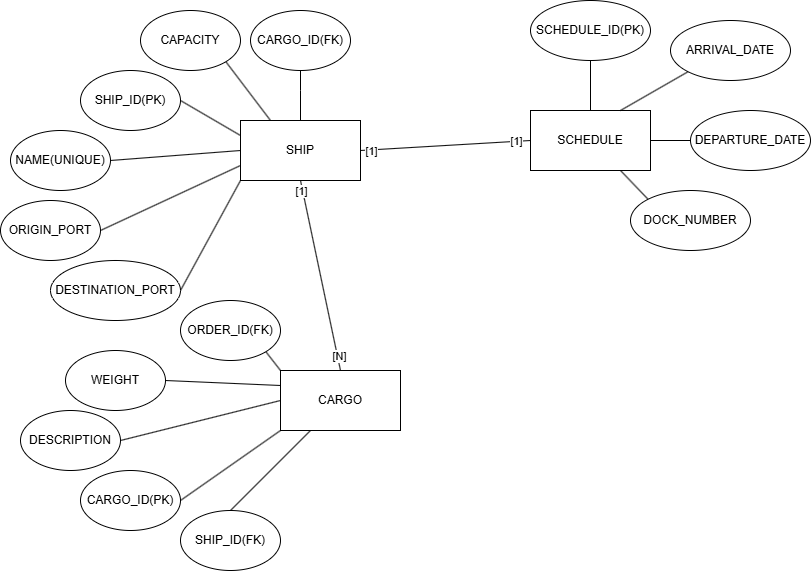
DarthRomolus/CarGarage keeps this draw.io diagram as PortManagment.drawio.png. Above is the earlier version. Source tidied: cells renumbered, new cells last; positions are measured from the earlier drawing's top-left corner, leaving out a move shared by most shapes.
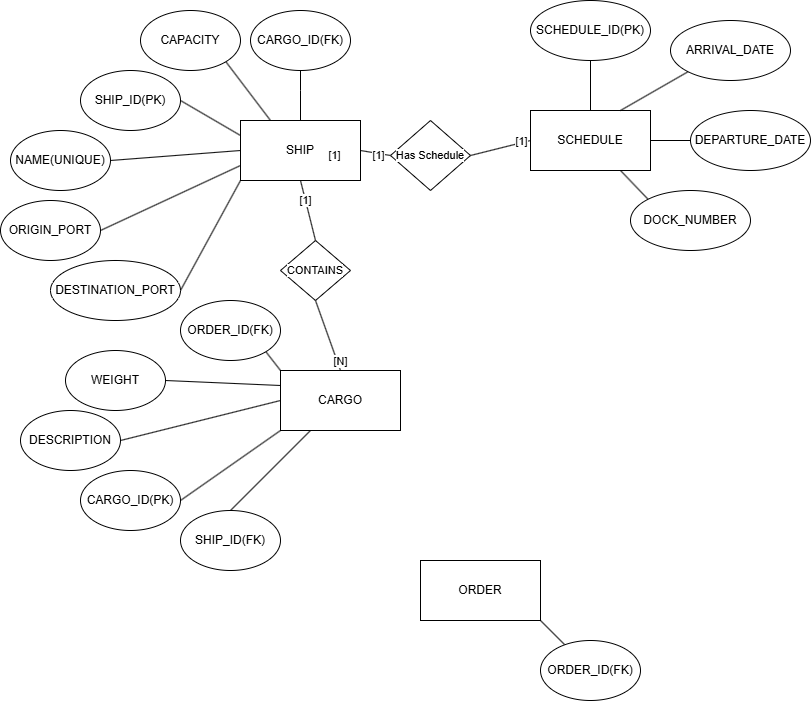
The same diagram one commit later.

Diff of the diagram source:
```diff
@@ -24,16 +24,13 @@
         </Array>
       </mxGeometry>
     </mxCell>
-    <mxCell id="8" style="rounded=0;jettySize=auto;html=1;exitX=0.5;exitY=1;exitDx=0;exitDy=0;entryX=0.5;entryY=0;entryDx=0;entryDy=0;endArrow=none;startFill=0;" parent="1" edge="1" source="11" target="22">
+    <mxCell id="8" style="rounded=0;jettySize=auto;html=1;entryX=0.5;entryY=0;entryDx=0;entryDy=0;endArrow=none;startFill=0;exitX=0.5;exitY=1;exitDx=0;exitDy=0;" parent="1" edge="1" source="47" target="22">
       <mxGeometry relative="1" as="geometry" />
     </mxCell>
-    <mxCell id="9" value="[1]" style="edgeLabel;html=1;align=center;verticalAlign=middle;fontFamily=Helvetica;fontSize=11;fontColor=default;labelBackgroundColor=default;" parent="8" vertex="1">
-      <mxGeometry x="-0.35" y="-2" relative="1" as="geometry">
-        <mxPoint x="-11" y="-52" as="offset" />
-      </mxGeometry>
-    </mxCell>
     <mxCell id="10" value="[N]" style="edgeLabel;html=1;align=center;verticalAlign=middle;fontFamily=Helvetica;fontSize=11;fontColor=default;labelBackgroundColor=default;" parent="8" vertex="1">
-      <mxGeometry x="0.85" y="1" relative="1" as="geometry" />
+      <mxGeometry x="0.85" y="1" relative="1" as="geometry">
+        <mxPoint y="-4" as="offset" />
+      </mxGeometry>
     </mxCell>
     <mxCell id="11" value="SHIP" style="rounded=0;whiteSpace=wrap;html=1;" parent="1" vertex="1">
       <mxGeometry x="240" y="120" width="120" height="60" as="geometry" />
@@ -92,7 +89,7 @@
     <mxCell id="29" style="edgeStyle=none;shape=connector;rounded=0;jettySize=auto;html=1;exitX=0.5;exitY=0;exitDx=0;exitDy=0;entryX=0.5;entryY=1;entryDx=0;entryDy=0;strokeColor=default;align=center;verticalAlign=middle;fontFamily=Helvetica;fontSize=11;fontColor=default;labelBackgroundColor=default;startFill=0;endArrow=none;" parent="1" edge="1" source="33" target="34">
       <mxGeometry relative="1" as="geometry" />
     </mxCell>
-    <mxCell id="30" style="edgeStyle=none;shape=connector;rounded=0;jettySize=auto;html=1;exitX=0;exitY=0.5;exitDx=0;exitDy=0;entryX=1;entryY=0.5;entryDx=0;entryDy=0;strokeColor=default;align=center;verticalAlign=middle;fontFamily=Helvetica;fontSize=11;fontColor=default;labelBackgroundColor=default;startFill=0;endArrow=none;" parent="1" edge="1" source="33" target="11">
+    <mxCell id="30" style="edgeStyle=none;shape=connector;rounded=0;jettySize=auto;html=1;exitX=0;exitY=0.5;exitDx=0;exitDy=0;entryX=1;entryY=0.5;entryDx=0;entryDy=0;strokeColor=default;align=center;verticalAlign=middle;fontFamily=Helvetica;fontSize=11;fontColor=default;labelBackgroundColor=default;startFill=0;endArrow=none;" parent="1" edge="1" source="50" target="11">
       <mxGeometry relative="1" as="geometry" />
     </mxCell>
     <mxCell id="31" value="[1]" style="edgeLabel;html=1;align=center;verticalAlign=middle;fontFamily=Helvetica;fontSize=11;fontColor=default;labelBackgroundColor=default;" parent="30" vertex="1">
@@ -100,9 +97,9 @@
         <mxPoint x="-34" y="3" as="offset" />
       </mxGeometry>
     </mxCell>
-    <mxCell id="32" value="[1]" style="edgeLabel;html=1;align=center;verticalAlign=middle;fontFamily=Helvetica;fontSize=11;fontColor=default;labelBackgroundColor=default;" parent="30" vertex="1">
-      <mxGeometry x="-0.82" relative="1" as="geometry" />
-    </mxCell>
+    <mxCell id="41" value="[1]" style="edgeLabel;html=1;align=center;verticalAlign=middle;fontFamily=Helvetica;fontSize=11;fontColor=default;labelBackgroundColor=default;" parent="30" vertex="1">
+      <mxGeometry x="-0.2" y="1" relative="1" as="geometry" />
+    </mxCell>
     <mxCell id="33" value="SCHEDULE" style="rounded=0;whiteSpace=wrap;html=1;" parent="1" vertex="1">
       <mxGeometry x="530" y="110" width="120" height="60" as="geometry" />
     </mxCell>
@@ -127,5 +124,34 @@
     <mxCell id="40" value="DOCK_NUMBER" style="ellipse;whiteSpace=wrap;html=1;" parent="1" vertex="1">
       <mxGeometry x="630" y="190" width="120" height="60" as="geometry" />
     </mxCell>
+    <mxCell id="42" style="edgeStyle=none;shape=connector;rounded=0;jettySize=auto;html=1;exitX=1;exitY=1;exitDx=0;exitDy=0;strokeColor=default;align=center;verticalAlign=middle;fontFamily=Helvetica;fontSize=11;fontColor=default;labelBackgroundColor=default;startFill=0;endArrow=none;" parent="1" edge="1" source="43" target="44">
+      <mxGeometry relative="1" as="geometry" />
+    </mxCell>
+    <mxCell id="43" value="ORDER" style="rounded=0;whiteSpace=wrap;html=1;" parent="1" vertex="1">
+      <mxGeometry x="420" y="560" width="120" height="60" as="geometry" />
+    </mxCell>
+    <mxCell id="44" value="ORDER_ID(FK)" style="ellipse;whiteSpace=wrap;html=1;" parent="1" vertex="1">
+      <mxGeometry x="540" y="640" width="100" height="60" as="geometry" />
+    </mxCell>
+    <mxCell id="45" style="edgeStyle=none;shape=connector;rounded=0;jettySize=auto;html=1;exitX=0.5;exitY=0;exitDx=0;exitDy=0;entryX=0.5;entryY=1;entryDx=0;entryDy=0;strokeColor=default;align=center;verticalAlign=middle;fontFamily=Helvetica;fontSize=11;fontColor=default;labelBackgroundColor=default;startFill=0;endArrow=none;" parent="1" edge="1" source="47" target="11">
+      <mxGeometry relative="1" as="geometry" />
+    </mxCell>
+    <mxCell id="46" value="[1]" style="edgeLabel;html=1;align=center;verticalAlign=middle;fontFamily=Helvetica;fontSize=11;fontColor=default;labelBackgroundColor=default;" parent="45" vertex="1">
+      <mxGeometry x="0.37" relative="1" as="geometry" />
+    </mxCell>
+    <mxCell id="47" value="CONTAINS" style="rhombus;whiteSpace=wrap;html=1;fontFamily=Helvetica;fontSize=11;fontColor=default;labelBackgroundColor=default;" parent="1" vertex="1">
+      <mxGeometry x="280" y="240" width="70" height="60" as="geometry" />
+    </mxCell>
+    <mxCell id="48" style="edgeStyle=none;shape=connector;rounded=0;jettySize=auto;html=1;exitX=0;exitY=0.5;exitDx=0;exitDy=0;entryX=1;entryY=0.5;entryDx=0;entryDy=0;strokeColor=default;align=center;verticalAlign=middle;fontFamily=Helvetica;fontSize=11;fontColor=default;labelBackgroundColor=default;startFill=0;endArrow=none;" parent="1" edge="1" source="33" target="50">
+      <mxGeometry relative="1" as="geometry" />
+    </mxCell>
+    <mxCell id="49" value="[1]" style="edgeLabel;html=1;align=center;verticalAlign=middle;fontFamily=Helvetica;fontSize=11;fontColor=default;labelBackgroundColor=default;" parent="48" vertex="1">
+      <mxGeometry x="-0.82" relative="1" as="geometry">
+        <mxPoint x="-5" y="-1" as="offset" />
+      </mxGeometry>
+    </mxCell>
+    <mxCell id="50" value="Has Schedule" style="rhombus;whiteSpace=wrap;html=1;fontFamily=Helvetica;fontSize=11;fontColor=default;labelBackgroundColor=default;" parent="1" vertex="1">
+      <mxGeometry x="390" y="120" width="80" height="70" as="geometry" />
+    </mxCell>
   </root>
 </mxGraphModel>
```
